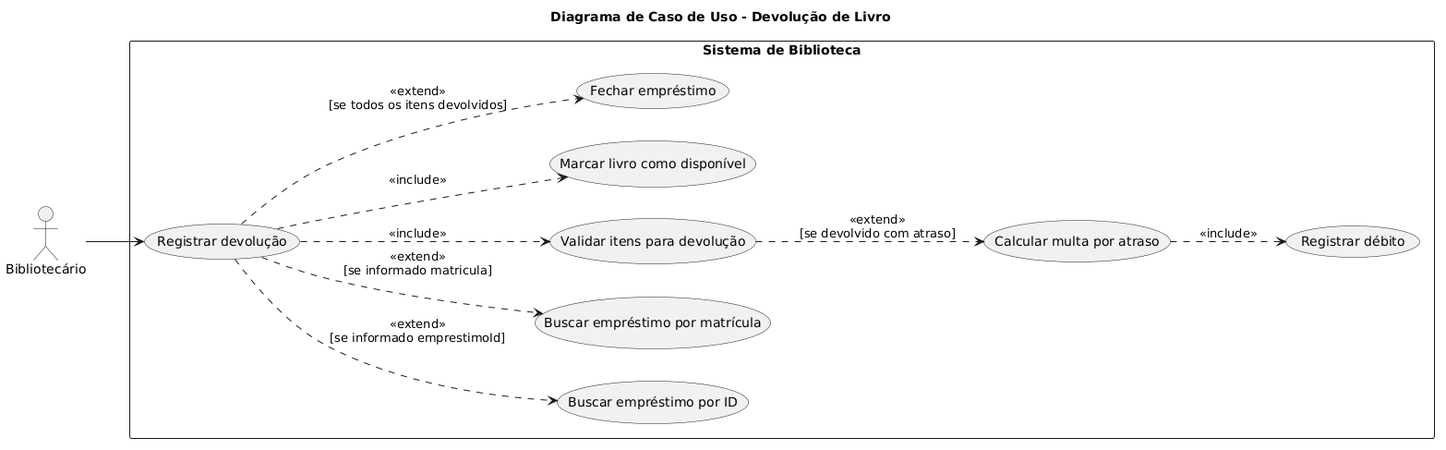
Before: docs/diagrama caso de uso - Devolucao de Livro.png, a diagram exported from PlantUML (MarcosDataScientist/trabalho_software_engineer).
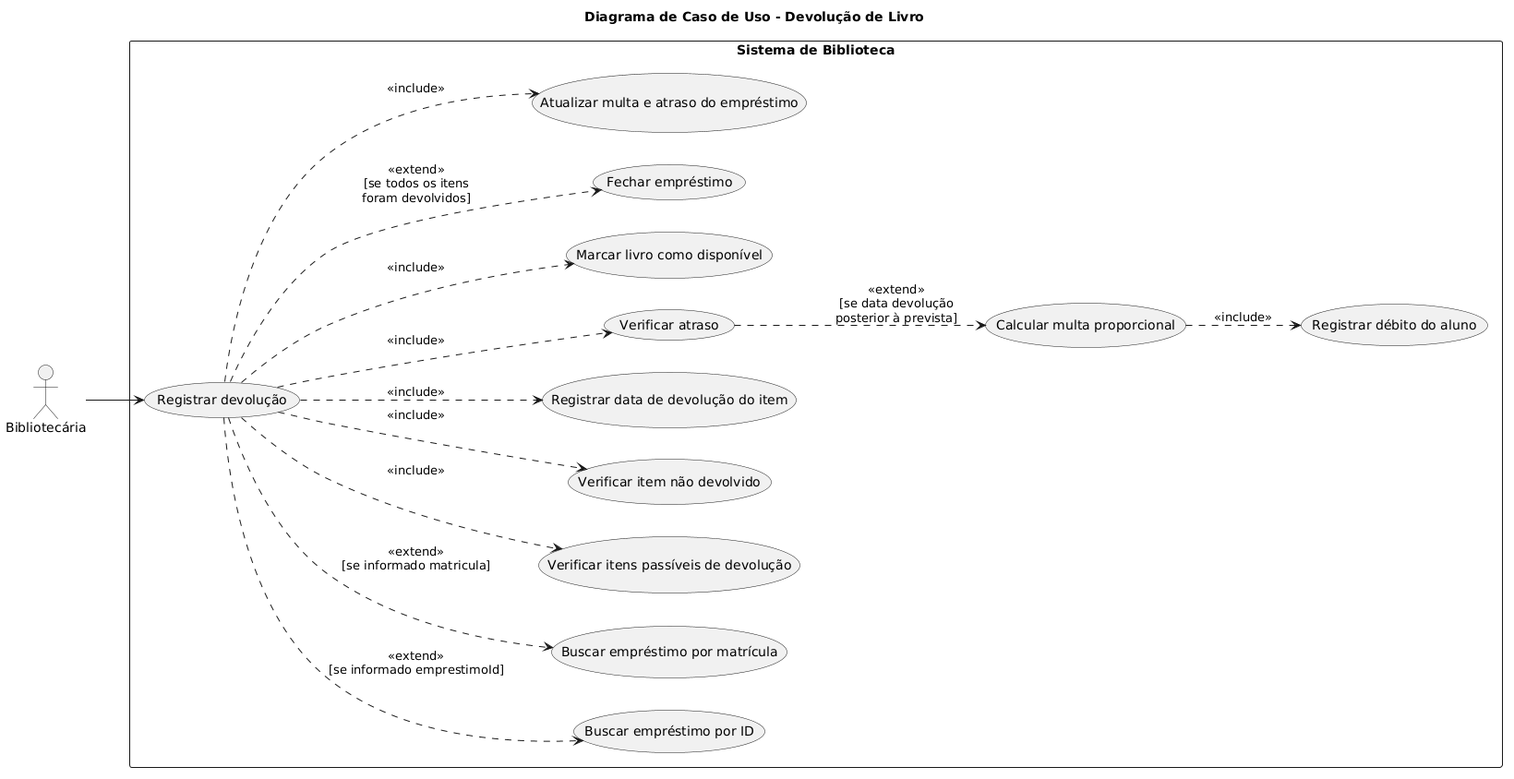
After the commit.

Diff of the diagram source:
```diff
@@ -3,17 +3,21 @@
 
 left to right direction
 
-actor Bibliotecário as bib
+actor Bibliotecária as bib
 
 rectangle "Sistema de Biblioteca" {
     usecase "Registrar devolução" as UC1
     usecase "Buscar empréstimo por ID" as UC2
     usecase "Buscar empréstimo por matrícula" as UC3
-    usecase "Validar itens para devolução" as UC4
-    usecase "Calcular multa por atraso" as UC5
-    usecase "Registrar débito" as UC6
-    usecase "Marcar livro como disponível" as UC7
-    usecase "Fechar empréstimo" as UC8
+    usecase "Verificar itens passíveis de devolução" as UC4
+    usecase "Verificar item não devolvido" as UC5
+    usecase "Registrar data de devolução do item" as UC6
+    usecase "Verificar atraso" as UC7
+    usecase "Calcular multa proporcional" as UC8
+    usecase "Registrar débito do aluno" as UC9
+    usecase "Marcar livro como disponível" as UC10
+    usecase "Fechar empréstimo" as UC11
+    usecase "Atualizar multa e atraso do empréstimo" as UC12
 }
 
 bib --> UC1
@@ -21,8 +25,12 @@
 UC1 ..> UC2 : <<extend>>\n[se informado emprestimoId]
 UC1 ..> UC3 : <<extend>>\n[se informado matricula]
 UC1 ..> UC4 : <<include>>
-UC4 ..> UC5 : <<extend>>\n[se devolvido com atraso]
-UC5 ..> UC6 : <<include>>
+UC1 ..> UC5 : <<include>>
+UC1 ..> UC6 : <<include>>
 UC1 ..> UC7 : <<include>>
-UC1 ..> UC8 : <<extend>>\n[se todos os itens devolvidos]
+UC7 ..> UC8 : <<extend>>\n[se data devolução\nposterior à prevista]
+UC8 ..> UC9 : <<include>>
+UC1 ..> UC10 : <<include>>
+UC1 ..> UC11 : <<extend>>\n[se todos os itens\nforam devolvidos]
+UC1 ..> UC12 : <<include>>
 @enduml
```
